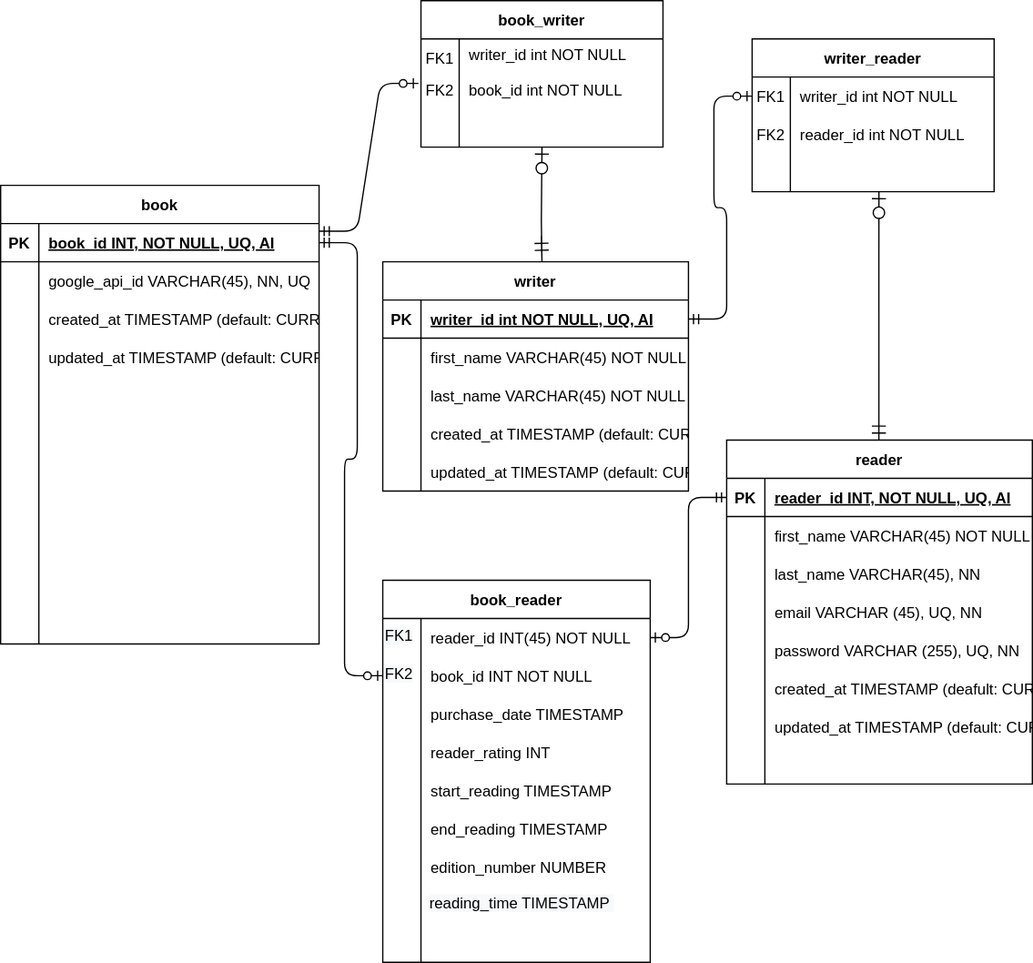
CristianaCostaPereira/BooketList keeps this draw.io diagram as Documents/Data_Base_Diagram.svg. Above is the earlier version. Source tidied: cells renumbered, new cells last; positions are measured from the earlier drawing's top-left corner, leaving out a move shared by most shapes.
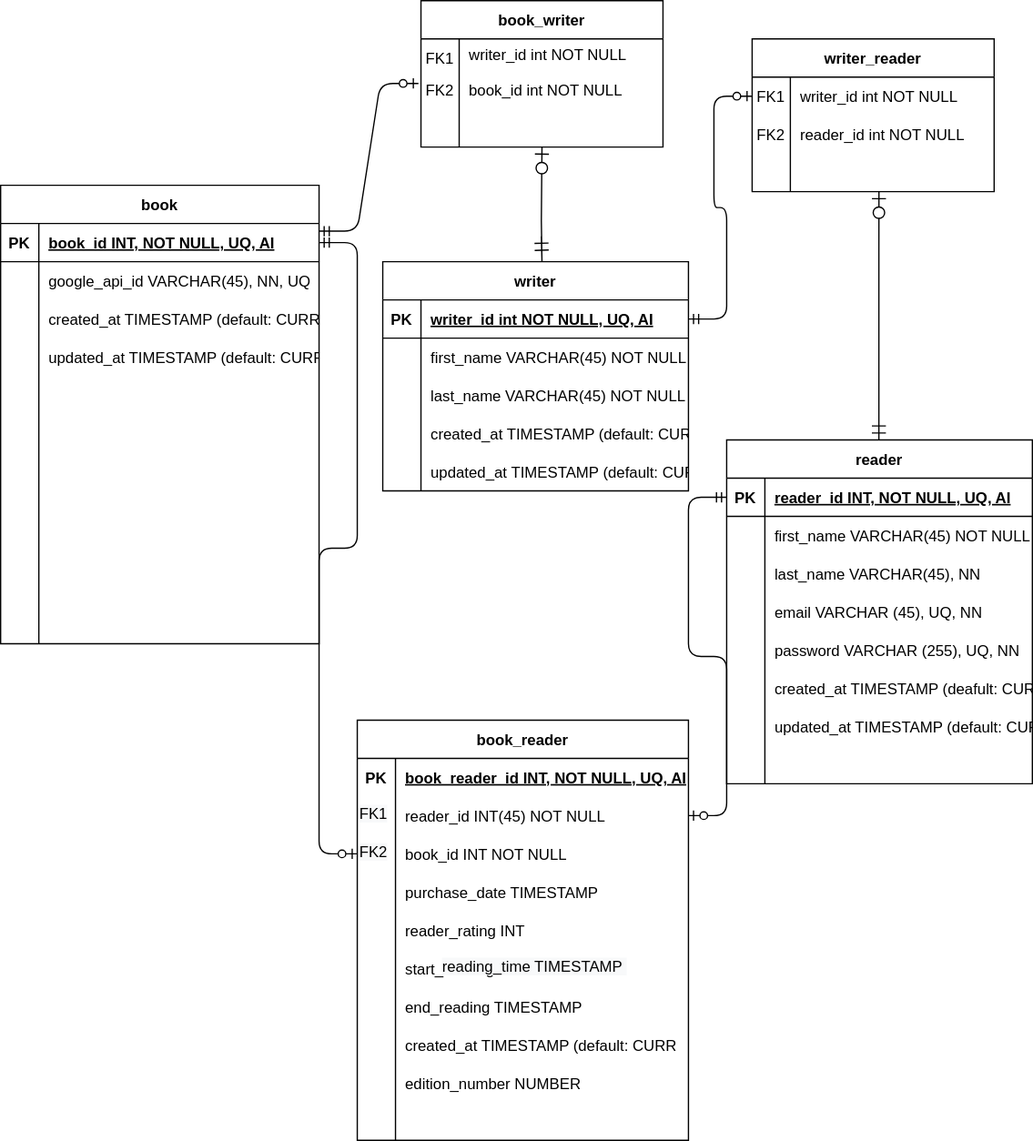
Later version of the same file.

Diff of the diagram source:
```diff
@@ -149,10 +149,10 @@
       </mxGeometry>
     </mxCell>
     <mxCell id="50" value="&lt;span style=&quot;color: rgb(0 , 0 , 0) ; font-family: &amp;#34;helvetica&amp;#34; ; font-size: 12px ; font-style: normal ; font-weight: 400 ; letter-spacing: normal ; text-align: center ; text-indent: 0px ; text-transform: none ; word-spacing: 0px ; background-color: rgb(248 , 249 , 250) ; display: inline ; float: none&quot;&gt;FK2&lt;/span&gt;" style="text;whiteSpace=wrap;html=1;" parent="1" vertex="1">
-      <mxGeometry x="300" y="515" width="30" height="30" as="geometry" />
+      <mxGeometry x="280" y="655" width="30" height="30" as="geometry" />
     </mxCell>
     <mxCell id="51" value="&lt;span style=&quot;color: rgb(0 , 0 , 0) ; font-family: &amp;#34;helvetica&amp;#34; ; font-size: 12px ; font-style: normal ; font-weight: 400 ; letter-spacing: normal ; text-align: center ; text-indent: 0px ; text-transform: none ; word-spacing: 0px ; background-color: rgb(248 , 249 , 250) ; display: inline ; float: none&quot;&gt;FK1&lt;/span&gt;" style="text;whiteSpace=wrap;html=1;" parent="1" vertex="1">
-      <mxGeometry x="300" y="485" width="30" height="30" as="geometry" />
+      <mxGeometry x="280" y="625" width="30" height="30" as="geometry" />
     </mxCell>
     <mxCell id="52" value="book_writer" style="shape=table;startSize=30;rowLines=0;fontStyle=1;align=center;" parent="1" vertex="1">
       <mxGeometry x="330" width="190" height="115" as="geometry" />
@@ -198,89 +198,89 @@
       <mxGeometry relative="1" as="geometry" />
     </mxCell>
     <mxCell id="64" value="book_reader" style="shape=table;startSize=30;rowLines=0;fontStyle=1;align=center;" parent="1" vertex="1">
-      <mxGeometry x="300" y="455" width="210" height="300" as="geometry" />
+      <mxGeometry x="280" y="565" width="260" height="330" as="geometry" />
     </mxCell>
+    <mxCell id="86" style="shape=partialRectangle;fillColor=none;top=0;left=0;right=0;bottom=0;" parent="64" vertex="1">
+      <mxGeometry y="30" width="260" height="30" as="geometry" />
+    </mxCell>
+    <mxCell id="87" style="shape=partialRectangle;overflow=hidden;fillColor=none;top=0;left=0;bottom=0;right=0;" parent="86" vertex="1">
+      <mxGeometry width="30" height="30" as="geometry" />
+    </mxCell>
+    <mxCell id="88" value="book_reader_id INT, NOT NULL, UQ, AI" style="shape=partialRectangle;overflow=hidden;fillColor=none;top=0;left=0;bottom=0;right=0;align=left;spacingLeft=6;fontStyle=5;" parent="86" vertex="1">
+      <mxGeometry x="30" width="230" height="30" as="geometry" />
+    </mxCell>
     <mxCell id="65" style="shape=partialRectangle;fillColor=none;points=[[0,0.5],[1,0.5]];portConstraint=eastwest;top=0;left=0;right=0;bottom=0;" parent="64" vertex="1">
-      <mxGeometry y="30" width="210" height="30" as="geometry" />
+      <mxGeometry y="60" width="260" height="30" as="geometry" />
     </mxCell>
-    <mxCell id="66" value="&#10;&#10;&lt;span style=&quot;color: rgb(0, 0, 0); font-family: helvetica; font-size: 12px; font-style: normal; font-weight: 400; letter-spacing: normal; text-align: left; text-indent: 0px; text-transform: none; word-spacing: 0px; background-color: rgb(248, 249, 250); display: inline; float: none;&quot;&gt;category_id int NOT NULL&lt;/span&gt;&#10;&#10;" style="shape=partialRectangle;overflow=hidden;fillColor=none;top=0;left=0;bottom=0;right=0;" parent="65" vertex="1">
+    <mxCell id="66" style="shape=partialRectangle;overflow=hidden;fillColor=none;top=0;left=0;bottom=0;right=0;" parent="65" vertex="1">
       <mxGeometry width="30" height="30" as="geometry" />
     </mxCell>
     <mxCell id="67" value="reader_id INT(45) NOT NULL" style="shape=partialRectangle;overflow=hidden;fillColor=none;top=0;left=0;bottom=0;right=0;align=left;spacingLeft=6;" parent="65" vertex="1">
-      <mxGeometry x="30" width="180" height="30" as="geometry" />
+      <mxGeometry x="30" width="230" height="30" as="geometry" />
     </mxCell>
     <mxCell id="68" style="shape=partialRectangle;fillColor=none;points=[[0,0.5],[1,0.5]];portConstraint=eastwest;top=0;left=0;right=0;bottom=0;" parent="64" vertex="1">
-      <mxGeometry y="60" width="210" height="30" as="geometry" />
+      <mxGeometry y="90" width="260" height="30" as="geometry" />
     </mxCell>
     <mxCell id="69" value="&#10;&#10;&lt;span style=&quot;color: rgb(0, 0, 0); font-family: helvetica; font-size: 12px; font-style: normal; font-weight: 400; letter-spacing: normal; text-align: left; text-indent: 0px; text-transform: none; word-spacing: 0px; background-color: rgb(248, 249, 250); display: inline; float: none;&quot;&gt;category_id int NOT NULL&lt;/span&gt;&#10;&#10;" style="shape=partialRectangle;overflow=hidden;fillColor=none;top=0;left=0;bottom=0;right=0;" parent="68" vertex="1">
       <mxGeometry width="30" height="30" as="geometry" />
     </mxCell>
     <mxCell id="70" value="book_id INT NOT NULL" style="shape=partialRectangle;overflow=hidden;fillColor=none;top=0;left=0;bottom=0;right=0;align=left;spacingLeft=6;" parent="68" vertex="1">
-      <mxGeometry x="30" width="180" height="30" as="geometry" />
+      <mxGeometry x="30" width="230" height="30" as="geometry" />
     </mxCell>
     <mxCell id="71" style="shape=partialRectangle;fillColor=none;top=0;left=0;right=0;bottom=0;" parent="64" vertex="1">
-      <mxGeometry y="90" width="210" height="30" as="geometry" />
+      <mxGeometry y="120" width="260" height="30" as="geometry" />
     </mxCell>
     <mxCell id="72" value="&#10;&#10;&lt;span style=&quot;color: rgb(0, 0, 0); font-family: helvetica; font-size: 12px; font-style: normal; font-weight: 400; letter-spacing: normal; text-align: left; text-indent: 0px; text-transform: none; word-spacing: 0px; background-color: rgb(248, 249, 250); display: inline; float: none;&quot;&gt;category_id int NOT NULL&lt;/span&gt;&#10;&#10;" style="shape=partialRectangle;overflow=hidden;fillColor=none;top=0;left=0;bottom=0;right=0;" parent="71" vertex="1">
       <mxGeometry width="30" height="30" as="geometry" />
     </mxCell>
     <mxCell id="73" value="purchase_date TIMESTAMP " style="shape=partialRectangle;overflow=hidden;fillColor=none;top=0;left=0;bottom=0;right=0;align=left;spacingLeft=6;" parent="71" vertex="1">
-      <mxGeometry x="30" width="180" height="30" as="geometry" />
+      <mxGeometry x="30" width="230" height="30" as="geometry" />
     </mxCell>
     <mxCell id="74" style="shape=partialRectangle;fillColor=none;top=0;left=0;right=0;bottom=0;" parent="64" vertex="1">
-      <mxGeometry y="120" width="210" height="30" as="geometry" />
+      <mxGeometry y="150" width="260" height="30" as="geometry" />
     </mxCell>
     <mxCell id="75" value="&#10;&#10;&lt;span style=&quot;color: rgb(0, 0, 0); font-family: helvetica; font-size: 12px; font-style: normal; font-weight: 400; letter-spacing: normal; text-align: left; text-indent: 0px; text-transform: none; word-spacing: 0px; background-color: rgb(248, 249, 250); display: inline; float: none;&quot;&gt;category_id int NOT NULL&lt;/span&gt;&#10;&#10;" style="shape=partialRectangle;overflow=hidden;fillColor=none;top=0;left=0;bottom=0;right=0;" parent="74" vertex="1">
       <mxGeometry width="30" height="30" as="geometry" />
     </mxCell>
     <mxCell id="76" value="reader_rating INT" style="shape=partialRectangle;overflow=hidden;fillColor=none;top=0;left=0;bottom=0;right=0;align=left;spacingLeft=6;" parent="74" vertex="1">
-      <mxGeometry x="30" width="180" height="30" as="geometry" />
+      <mxGeometry x="30" width="230" height="30" as="geometry" />
     </mxCell>
     <mxCell id="77" style="shape=partialRectangle;fillColor=none;top=0;left=0;right=0;bottom=0;" parent="64" vertex="1">
-      <mxGeometry y="150" width="210" height="30" as="geometry" />
+      <mxGeometry y="180" width="260" height="30" as="geometry" />
     </mxCell>
     <mxCell id="78" value="&#10;&#10;&lt;span style=&quot;color: rgb(0, 0, 0); font-family: helvetica; font-size: 12px; font-style: normal; font-weight: 400; letter-spacing: normal; text-align: left; text-indent: 0px; text-transform: none; word-spacing: 0px; background-color: rgb(248, 249, 250); display: inline; float: none;&quot;&gt;category_id int NOT NULL&lt;/span&gt;&#10;&#10;" style="shape=partialRectangle;overflow=hidden;fillColor=none;top=0;left=0;bottom=0;right=0;" parent="77" vertex="1">
       <mxGeometry width="30" height="30" as="geometry" />
     </mxCell>
     <mxCell id="79" value="start_reading TIMESTAMP" style="shape=partialRectangle;overflow=hidden;fillColor=none;top=0;left=0;bottom=0;right=0;align=left;spacingLeft=6;" parent="77" vertex="1">
-      <mxGeometry x="30" width="180" height="30" as="geometry" />
+      <mxGeometry x="30" width="230" height="30" as="geometry" />
     </mxCell>
     <mxCell id="80" style="shape=partialRectangle;fillColor=none;top=0;left=0;right=0;bottom=0;" parent="64" vertex="1">
-      <mxGeometry y="180" width="210" height="30" as="geometry" />
+      <mxGeometry y="210" width="260" height="30" as="geometry" />
     </mxCell>
     <mxCell id="81" value="&#10;&#10;&lt;span style=&quot;color: rgb(0, 0, 0); font-family: helvetica; font-size: 12px; font-style: normal; font-weight: 400; letter-spacing: normal; text-align: left; text-indent: 0px; text-transform: none; word-spacing: 0px; background-color: rgb(248, 249, 250); display: inline; float: none;&quot;&gt;category_id int NOT NULL&lt;/span&gt;&#10;&#10;" style="shape=partialRectangle;overflow=hidden;fillColor=none;top=0;left=0;bottom=0;right=0;" parent="80" vertex="1">
       <mxGeometry width="30" height="30" as="geometry" />
     </mxCell>
     <mxCell id="82" value="end_reading TIMESTAMP " style="shape=partialRectangle;overflow=hidden;fillColor=none;top=0;left=0;bottom=0;right=0;align=left;spacingLeft=6;" parent="80" vertex="1">
-      <mxGeometry x="30" width="180" height="30" as="geometry" />
+      <mxGeometry x="30" width="230" height="30" as="geometry" />
     </mxCell>
+    <mxCell id="89" style="shape=partialRectangle;fillColor=none;top=0;left=0;right=0;bottom=0;" parent="64" vertex="1">
+      <mxGeometry y="240" width="260" height="30" as="geometry" />
+    </mxCell>
+    <mxCell id="90" style="shape=partialRectangle;overflow=hidden;fillColor=none;top=0;left=0;bottom=0;right=0;" parent="89" vertex="1">
+      <mxGeometry width="30" height="30" as="geometry" />
+    </mxCell>
+    <mxCell id="91" style="shape=partialRectangle;overflow=hidden;fillColor=none;top=0;left=0;bottom=0;right=0;align=left;spacingLeft=6;" parent="89" vertex="1">
+      <mxGeometry x="30" width="230" height="30" as="geometry" />
+    </mxCell>
     <mxCell id="83" style="shape=partialRectangle;fillColor=none;top=0;left=0;right=0;bottom=0;" parent="64" vertex="1">
-      <mxGeometry y="210" width="210" height="30" as="geometry" />
+      <mxGeometry y="270" width="260" height="30" as="geometry" />
     </mxCell>
     <mxCell id="84" value="&#10;&#10;&lt;span style=&quot;color: rgb(0, 0, 0); font-family: helvetica; font-size: 12px; font-style: normal; font-weight: 400; letter-spacing: normal; text-align: left; text-indent: 0px; text-transform: none; word-spacing: 0px; background-color: rgb(248, 249, 250); display: inline; float: none;&quot;&gt;category_id int NOT NULL&lt;/span&gt;&#10;&#10;" style="shape=partialRectangle;overflow=hidden;fillColor=none;top=0;left=0;bottom=0;right=0;" parent="83" vertex="1">
       <mxGeometry width="30" height="30" as="geometry" />
     </mxCell>
     <mxCell id="85" value="edition_number NUMBER" style="shape=partialRectangle;overflow=hidden;fillColor=none;top=0;left=0;bottom=0;right=0;align=left;spacingLeft=6;" parent="83" vertex="1">
-      <mxGeometry x="30" width="180" height="30" as="geometry" />
+      <mxGeometry x="30" width="230" height="30" as="geometry" />
     </mxCell>
-    <mxCell id="86" style="shape=partialRectangle;fillColor=none;top=0;left=0;right=0;bottom=0;" parent="64" vertex="1">
-      <mxGeometry y="240" width="210" height="30" as="geometry" />
-    </mxCell>
-    <mxCell id="87" value="&#10;&#10;&lt;span style=&quot;color: rgb(0, 0, 0); font-family: helvetica; font-size: 12px; font-style: normal; font-weight: 400; letter-spacing: normal; text-align: left; text-indent: 0px; text-transform: none; word-spacing: 0px; background-color: rgb(248, 249, 250); display: inline; float: none;&quot;&gt;category_id int NOT NULL&lt;/span&gt;&#10;&#10;" style="shape=partialRectangle;overflow=hidden;fillColor=none;top=0;left=0;bottom=0;right=0;" parent="86" vertex="1">
-      <mxGeometry width="30" height="30" as="geometry" />
-    </mxCell>
-    <mxCell id="88" style="shape=partialRectangle;overflow=hidden;fillColor=none;top=0;left=0;bottom=0;right=0;align=left;spacingLeft=6;" parent="86" vertex="1">
-      <mxGeometry x="30" width="180" height="30" as="geometry" />
-    </mxCell>
-    <mxCell id="89" style="shape=partialRectangle;fillColor=none;top=0;left=0;right=0;bottom=0;" parent="64" vertex="1">
-      <mxGeometry y="270" width="210" height="30" as="geometry" />
-    </mxCell>
-    <mxCell id="90" style="shape=partialRectangle;overflow=hidden;fillColor=none;top=0;left=0;bottom=0;right=0;" parent="89" vertex="1">
-      <mxGeometry width="30" height="30" as="geometry" />
-    </mxCell>
-    <mxCell id="91" style="shape=partialRectangle;overflow=hidden;fillColor=none;top=0;left=0;bottom=0;right=0;align=left;spacingLeft=6;" parent="89" vertex="1">
-      <mxGeometry x="30" width="180" height="30" as="geometry" />
-    </mxCell>
     <mxCell id="92" value="writer_reader" style="shape=table;startSize=30;rowLines=0;fontStyle=1;align=center;" parent="1" vertex="1">
       <mxGeometry x="590" y="30" width="190" height="120" as="geometry" />
     </mxCell>
@@ -416,7 +416,13 @@
       <mxGeometry x="330" y="355" width="210" height="30" as="geometry" />
     </mxCell>
     <mxCell id="135" value="&lt;span style=&quot;color: rgb(0 , 0 , 0) ; font-family: &amp;#34;helvetica&amp;#34; ; font-size: 12px ; font-style: normal ; font-weight: 400 ; letter-spacing: normal ; text-align: left ; text-indent: 0px ; text-transform: none ; word-spacing: 0px ; background-color: rgb(248 , 249 , 250) ; display: inline ; float: none&quot;&gt;reading_time TIMESTAMP&amp;nbsp;&lt;/span&gt;" style="text;whiteSpace=wrap;html=1;" parent="1" vertex="1">
-      <mxGeometry x="335" y="695" width="170" height="30" as="geometry" />
+      <mxGeometry x="345" y="745" width="180" height="30" as="geometry" />
     </mxCell>
+    <mxCell id="136" value="PK" style="shape=partialRectangle;overflow=hidden;fillColor=none;top=0;left=0;bottom=0;right=0;fontStyle=1;" parent="1" vertex="1">
+      <mxGeometry x="280" y="595" width="30" height="30" as="geometry" />
+    </mxCell>
+    <mxCell id="137" value="created_at TIMESTAMP (default: CURRENT_TIMESTAMP)" style="shape=partialRectangle;overflow=hidden;fillColor=none;top=0;left=0;bottom=0;right=0;align=left;spacingLeft=6;" parent="1" vertex="1">
+      <mxGeometry x="310" y="805" width="220" height="30" as="geometry" />
+    </mxCell>
   </root>
 </mxGraphModel>
```
